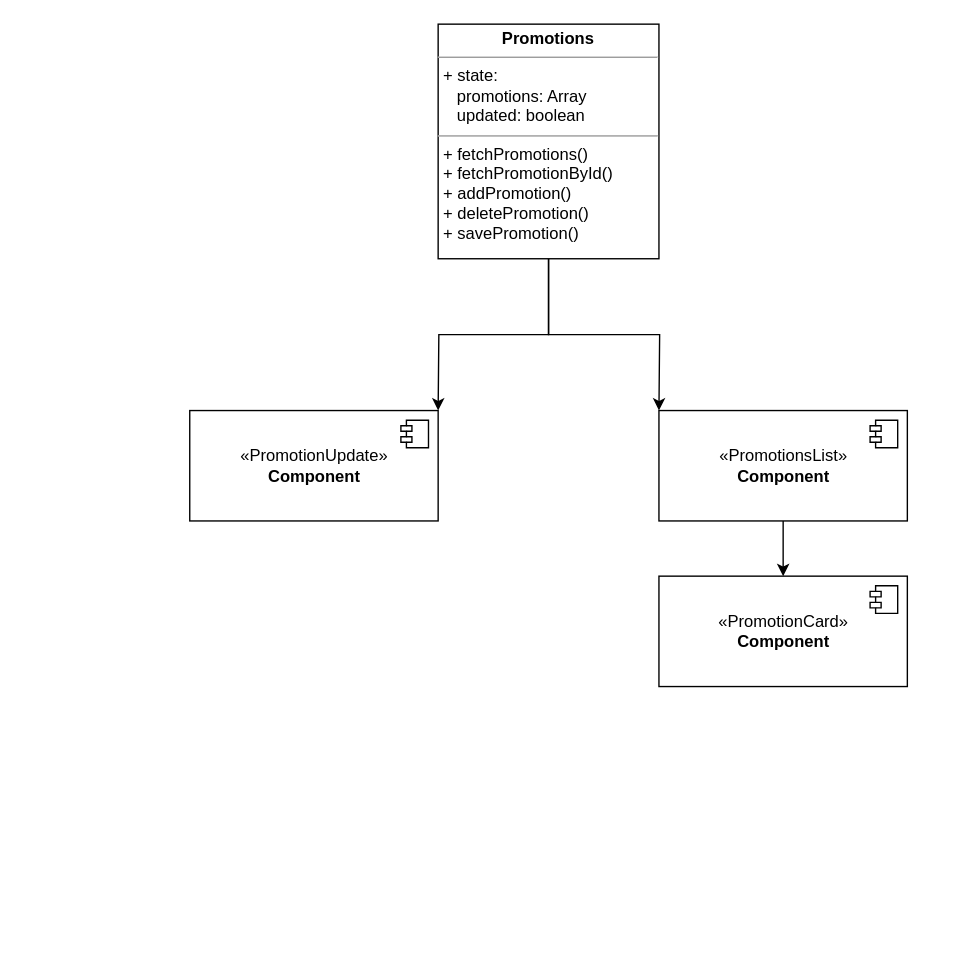
denissamoilov/material keeps this draw.io diagram as cmsx.drawio. Above is the earlier version. Source tidied: cells renumbered, new cells numbered last; positions are measured from the earlier drawing's top-left corner, leaving out a move shared by most shapes. Both pictures are drawn from the tidied source at 138%, with x=0, y=0 at pixel (189, 23).
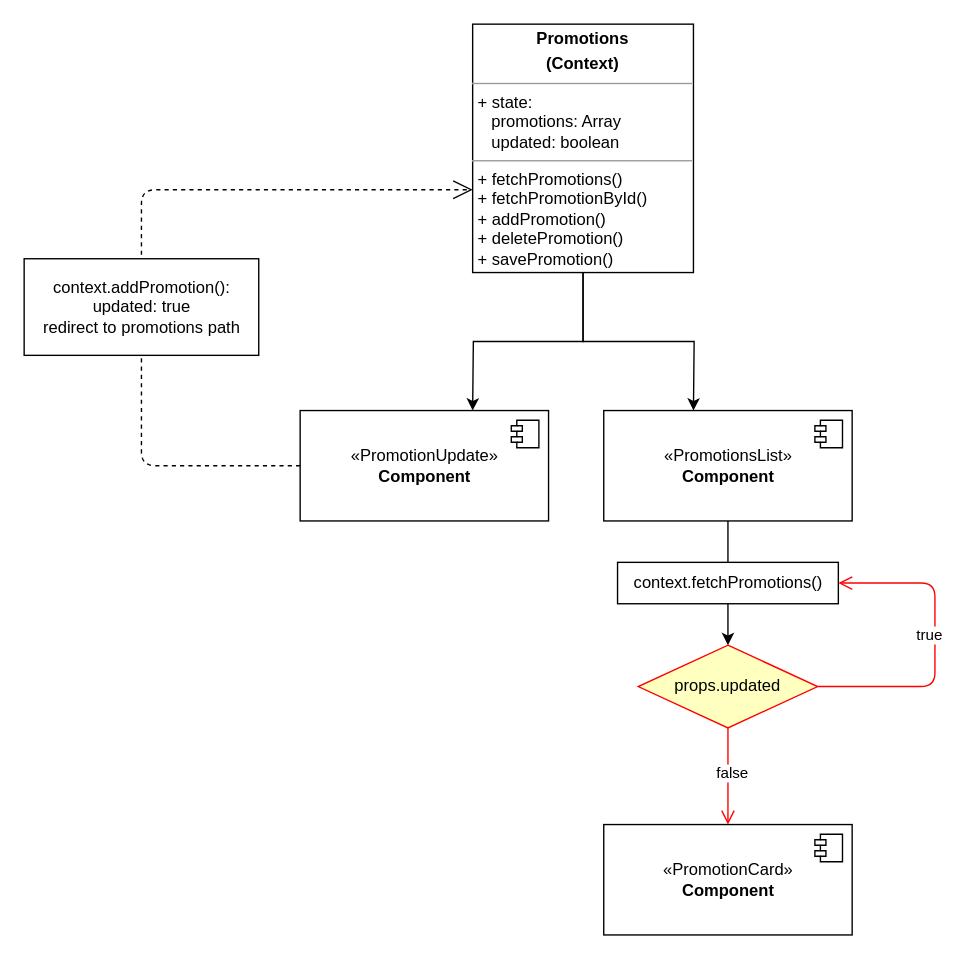
After the change.

What changed in the source:
```diff
@@
     <mxCell id="2" style="edgeStyle=orthogonalEdgeStyle;rounded=0;jettySize=auto;html=1;" parent="1" edge="1" source="4">
       <mxGeometry relative="1" as="geometry">
-        <mxPoint x="180" y="280" as="targetPoint" />
+        <mxPoint x="205" y="280" as="targetPoint" />
       </mxGeometry>
     </mxCell>
     <mxCell id="3" style="edgeStyle=orthogonalEdgeStyle;rounded=0;jettySize=auto;html=1;" parent="1" edge="1" source="4">
       <mxGeometry relative="1" as="geometry">
-        <mxPoint x="340" y="280" as="targetPoint" />
+        <mxPoint x="365" y="280" as="targetPoint" />
       </mxGeometry>
     </mxCell>
-    <mxCell id="4" value="&lt;p style=&quot;margin: 0px ; margin-top: 4px ; text-align: center&quot;&gt;&lt;b&gt;Promotions&lt;/b&gt;&lt;/p&gt;&lt;hr size=&quot;1&quot;&gt;&lt;p style=&quot;margin: 0px ; margin-left: 4px&quot;&gt;+ state:&lt;/p&gt;&lt;p style=&quot;margin: 0px ; margin-left: 4px&quot;&gt;&amp;nbsp; &amp;nbsp;promotions: Array&lt;/p&gt;&lt;p style=&quot;margin: 0px ; margin-left: 4px&quot;&gt;&amp;nbsp; &amp;nbsp;updated: boolean&lt;/p&gt;&lt;hr size=&quot;1&quot;&gt;&lt;p style=&quot;margin: 0px ; margin-left: 4px&quot;&gt;+ fetchPromotions()&lt;/p&gt;&lt;p style=&quot;margin: 0px ; margin-left: 4px&quot;&gt;+ fetchPromotionById()&lt;/p&gt;&lt;p style=&quot;margin: 0px ; margin-left: 4px&quot;&gt;&lt;span&gt;+ addPromotion()&lt;/span&gt;&lt;/p&gt;&lt;p style=&quot;margin: 0px ; margin-left: 4px&quot;&gt;&lt;span&gt;+ deletePromotion()&lt;/span&gt;&lt;/p&gt;&lt;p style=&quot;margin: 0px ; margin-left: 4px&quot;&gt;&lt;span&gt;+ savePromotion()&lt;/span&gt;&lt;/p&gt;&lt;p&gt;&lt;br&gt;&lt;/p&gt;" style="verticalAlign=top;align=left;overflow=fill;fontSize=12;fontFamily=Helvetica;html=1;" parent="1" vertex="1">
-      <mxGeometry x="180" width="160" height="170" as="geometry" />
+    <mxCell id="4" value="&lt;p style=&quot;margin: 0px ; margin-top: 4px ; text-align: center&quot;&gt;&lt;b&gt;Promotions&lt;/b&gt;&lt;/p&gt;&lt;p style=&quot;margin: 0px ; margin-top: 4px ; text-align: center&quot;&gt;&lt;b&gt;(Context)&lt;/b&gt;&lt;/p&gt;&lt;hr size=&quot;1&quot;&gt;&lt;p style=&quot;margin: 0px ; margin-left: 4px&quot;&gt;+ state:&lt;/p&gt;&lt;p style=&quot;margin: 0px ; margin-left: 4px&quot;&gt;&amp;nbsp; &amp;nbsp;promotions: Array&lt;/p&gt;&lt;p style=&quot;margin: 0px ; margin-left: 4px&quot;&gt;&amp;nbsp; &amp;nbsp;updated: boolean&lt;/p&gt;&lt;hr size=&quot;1&quot;&gt;&lt;p style=&quot;margin: 0px ; margin-left: 4px&quot;&gt;+ fetchPromotions()&lt;/p&gt;&lt;p style=&quot;margin: 0px ; margin-left: 4px&quot;&gt;+ fetchPromotionById()&lt;/p&gt;&lt;p style=&quot;margin: 0px ; margin-left: 4px&quot;&gt;&lt;span&gt;+ addPromotion()&lt;/span&gt;&lt;/p&gt;&lt;p style=&quot;margin: 0px ; margin-left: 4px&quot;&gt;&lt;span&gt;+ deletePromotion()&lt;/span&gt;&lt;/p&gt;&lt;p style=&quot;margin: 0px ; margin-left: 4px&quot;&gt;&lt;span&gt;+ savePromotion()&lt;/span&gt;&lt;/p&gt;&lt;p&gt;&lt;br&gt;&lt;/p&gt;" style="verticalAlign=top;align=left;overflow=fill;fontSize=12;fontFamily=Helvetica;html=1;" parent="1" vertex="1">
+      <mxGeometry x="205" width="160" height="180" as="geometry" />
     </mxCell>
-    <mxCell id="5" style="edgeStyle=orthogonalEdgeStyle;rounded=0;jettySize=auto;html=1;" parent="1" edge="1" source="6" target="10">
-      <mxGeometry relative="1" as="geometry" />
-    </mxCell>
+    <mxCell id="13" style="edgeStyle=orthogonalEdgeStyle;rounded=0;jettySize=auto;html=1;entryX=0.5;entryY=0;entryDx=0;entryDy=0;" parent="1" edge="1" source="6" target="15">
+      <mxGeometry relative="1" as="geometry" />
+    </mxCell>
     <mxCell id="6" value="«PromotionsList»&lt;br&gt;&lt;b&gt;Component&lt;/b&gt;" style="html=1;" parent="1" vertex="1">
-      <mxGeometry x="340" y="280" width="180" height="80" as="geometry" />
+      <mxGeometry x="300" y="280" width="180" height="80" as="geometry" />
     </mxCell>
@@
     <mxCell id="8" value="«PromotionUpdate»&lt;br&gt;&lt;b&gt;Component&lt;/b&gt;" style="html=1;" parent="1" vertex="1">
-      <mxGeometry y="280" width="180" height="80" as="geometry" />
+      <mxGeometry x="80" y="280" width="180" height="80" as="geometry" />
     </mxCell>
@@
     <mxCell id="10" value="«PromotionCard»&lt;br&gt;&lt;b&gt;Component&lt;/b&gt;" style="html=1;" parent="1" vertex="1">
-      <mxGeometry x="340" y="400" width="180" height="80" as="geometry" />
+      <mxGeometry x="300" y="580" width="180" height="80" as="geometry" />
     </mxCell>
@@
+    <mxCell id="14" style="endArrow=open;endSize=12;dashed=1;html=1;exitX=0;exitY=0.5;exitDx=0;exitDy=0;" parent="1" edge="1" source="8">
+      <mxGeometry x="-0.36" relative="1" as="geometry">
+        <mxPoint x="205" y="120" as="targetPoint" />
+        <Array as="points">
+          <mxPoint x="-35" y="320" />
+          <mxPoint x="-35" y="120" />
+        </Array>
+      </mxGeometry>
+    </mxCell>
+    <mxCell id="15" value="props.updated" style="rhombus;whiteSpace=wrap;html=1;fillColor=#ffffc0;strokeColor=#ff0000;" parent="1" vertex="1">
+      <mxGeometry x="325" y="450" width="130" height="60" as="geometry" />
+    </mxCell>
+    <mxCell id="16" value="true" style="edgeStyle=orthogonalEdgeStyle;html=1;align=left;verticalAlign=bottom;endArrow=open;endSize=8;strokeColor=#ff0000;entryX=1;entryY=0.5;entryDx=0;entryDy=0;" parent="1" edge="1" source="15" target="18">
+      <mxGeometry x="-0.02" y="15" relative="1" as="geometry">
+        <Array as="points">
+          <mxPoint x="540" y="480" />
+          <mxPoint x="540" y="405" />
+        </Array>
+      </mxGeometry>
+    </mxCell>
+    <mxCell id="17" value="false&lt;br&gt;" style="edgeStyle=orthogonalEdgeStyle;html=1;align=left;verticalAlign=top;endArrow=open;endSize=8;strokeColor=#ff0000;entryX=0.5;entryY=0;entryDx=0;entryDy=0;" parent="1" edge="1" source="15" target="10">
+      <mxGeometry x="-0.43" y="-10" relative="1" as="geometry">
+        <Array as="points">
+          <mxPoint x="390" y="510" />
+          <mxPoint x="390" y="510" />
+        </Array>
+      </mxGeometry>
+    </mxCell>
+    <mxCell id="18" value="context.fetchPromotions()" style="html=1;" parent="1" vertex="1">
+      <mxGeometry x="310" y="390" width="160" height="30" as="geometry" />
+    </mxCell>
+    <mxCell id="19" value="&lt;span&gt;context.addPromotion():&lt;/span&gt;&lt;br&gt;&lt;span&gt;updated: true&lt;/span&gt;&lt;br&gt;&lt;span&gt;redirect to promotions path&lt;/span&gt;" style="html=1;" parent="1" vertex="1">
+      <mxGeometry x="-120" y="170" width="170" height="70" as="geometry" />
+    </mxCell>
```
